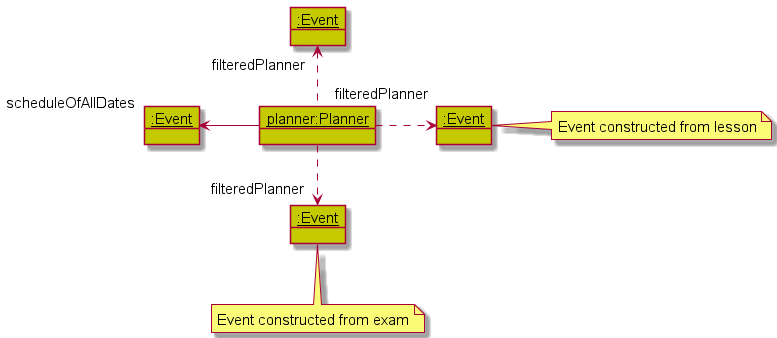
Before: docs/assets/images/PlannerObjectDiagramAfter.png, a diagram exported from PlantUML (shyamgj1900/tp). Source of this version:
```plantuml
@startuml

!include Style.puml

object "<u>planner:Planner" as planner PLANNER_COLOR
object "<u>:Event" as event1 PLANNER_COLOR
object "<u>:Event" as event2 PLANNER_COLOR
object "<u>:Event" as lesson PLANNER_COLOR
object "<u>:Event" as exam PLANNER_COLOR

note "Event constructed from lesson" as N1
note "Event constructed from exam" as N2

lesson - N1
exam -- N2

planner -left-> "scheduleOfAllDates" event1
planner .up.> "filteredPlanner" event2
planner .right.> "filteredPlanner" lesson
planner .down.> "filteredPlanner" exam

@enduml
```
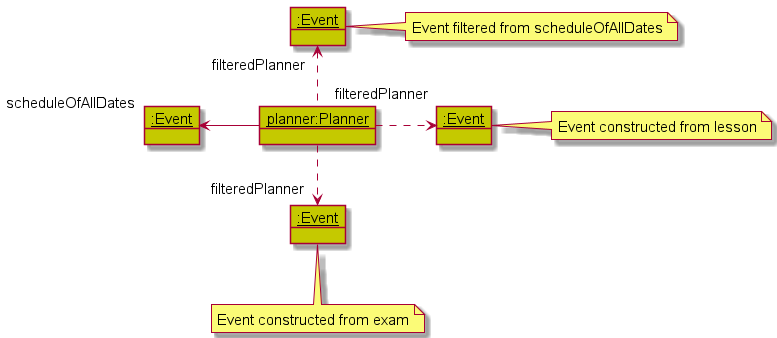
The same file after the commit.

Diff of the diagram source:
```diff
@@ -10,9 +10,11 @@
 
 note "Event constructed from lesson" as N1
 note "Event constructed from exam" as N2
+note "Event filtered from scheduleOfAllDates" as N3
 
 lesson - N1
 exam -- N2
+event2 - N3
 
 planner -left-> "scheduleOfAllDates" event1
 planner .up.> "filteredPlanner" event2
```
